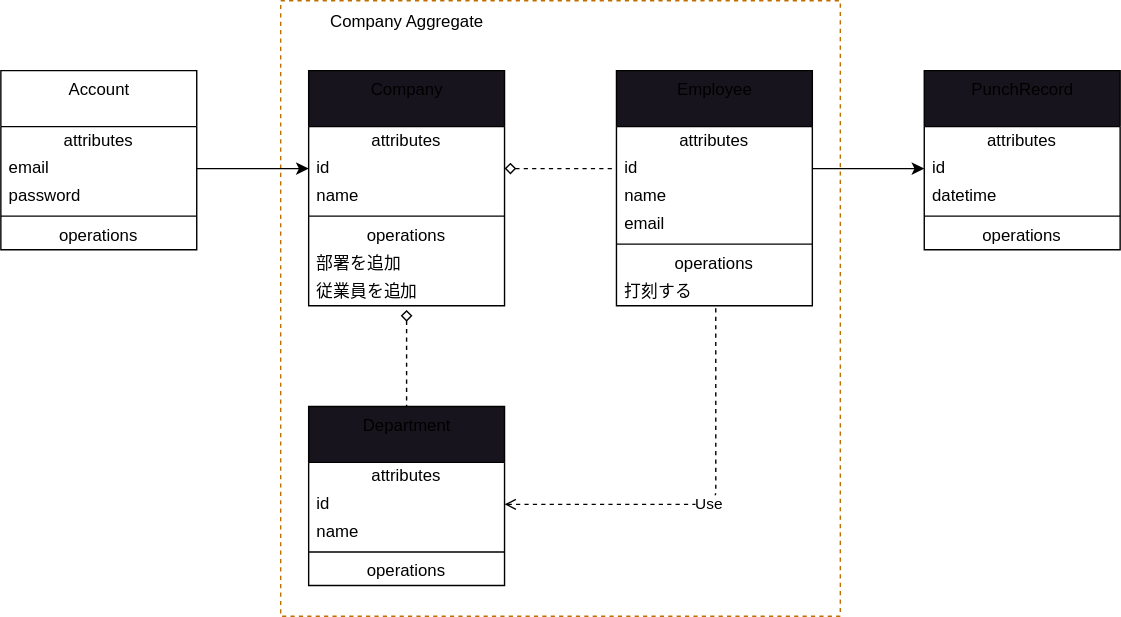
kumagai-s/flow-ddd keeps this draw.io diagram as uml.drawio.svg. Above is the earlier version. Source tidied: cells renumbered, new cells last; positions are measured from the earlier drawing's top-left corner, leaving out a move shared by most shapes. Source of this version:
```xml
<mxGraphModel>
  <root>
    <mxCell id="0" />
    <mxCell id="1" parent="0" />
    <mxCell id="2" style="rounded=0;whiteSpace=wrap;html=1;fillColor=none;dashed=1;fontColor=#000000;strokeColor=#BD7000;" parent="1" vertex="1">
      <mxGeometry x="200" width="400" height="440" as="geometry" />
    </mxCell>
    <mxCell id="3" style="edgeStyle=none;html=1;endArrow=none;endFill=0;startArrow=diamond;startFill=0;exitX=1;exitY=0.5;exitDx=0;exitDy=0;entryX=0;entryY=0.5;entryDx=0;entryDy=0;dashed=1;" parent="1" edge="1" source="7" target="15">
      <mxGeometry relative="1" as="geometry" />
    </mxCell>
    <mxCell id="4" style="edgeStyle=none;html=1;dashed=1;startArrow=diamond;startFill=0;endArrow=none;endFill=0;entryX=0.5;entryY=0;entryDx=0;entryDy=0;exitX=0.5;exitY=1.15;exitDx=0;exitDy=0;exitPerimeter=0;" parent="1" edge="1" source="12" target="27">
      <mxGeometry relative="1" as="geometry" />
    </mxCell>
    <mxCell id="5" value="Company" style="swimlane;fontStyle=0;align=center;verticalAlign=top;horizontal=1;startSize=40;html=1;fillColor=rgb(24, 20, 29);" parent="1" vertex="1">
      <mxGeometry x="220" y="50" width="140" height="168" as="geometry" />
    </mxCell>
    <mxCell id="6" value="attributes" style="text;html=1;strokeColor=none;fillColor=none;align=center;verticalAlign=middle;spacingLeft=4;spacingRight=4;overflow=hidden;" parent="5" vertex="1">
      <mxGeometry y="40" width="140" height="20" as="geometry" />
    </mxCell>
    <mxCell id="7" value="id" style="text;html=1;strokeColor=none;fillColor=none;align=left;verticalAlign=middle;spacingLeft=4;spacingRight=4;overflow=hidden;points=[[0,0.5],[1,0.5]];portConstraint=eastwest;" parent="5" vertex="1">
      <mxGeometry y="60" width="140" height="20" as="geometry" />
    </mxCell>
    <mxCell id="8" value="name" style="text;html=1;strokeColor=none;fillColor=none;align=left;verticalAlign=middle;spacingLeft=4;spacingRight=4;overflow=hidden;" parent="5" vertex="1">
      <mxGeometry y="80" width="140" height="20" as="geometry" />
    </mxCell>
    <mxCell id="9" style="line;strokeWidth=1;fillColor=none;align=left;verticalAlign=middle;spacingTop=-1;spacingLeft=3;spacingRight=3;labelPosition=right;" parent="5" vertex="1">
      <mxGeometry y="100" width="140" height="8" as="geometry" />
    </mxCell>
    <mxCell id="10" value="operations" style="text;html=1;strokeColor=none;fillColor=none;align=center;verticalAlign=middle;spacingLeft=4;spacingRight=4;overflow=hidden;" parent="5" vertex="1">
      <mxGeometry y="108" width="140" height="20" as="geometry" />
    </mxCell>
    <mxCell id="11" value="部署を追加" style="text;html=1;strokeColor=none;fillColor=none;align=left;verticalAlign=middle;spacingLeft=4;spacingRight=4;overflow=hidden;" parent="5" vertex="1">
      <mxGeometry y="128" width="140" height="20" as="geometry" />
    </mxCell>
    <mxCell id="12" value="従業員を追加" style="text;html=1;strokeColor=none;fillColor=none;align=left;verticalAlign=middle;spacingLeft=4;spacingRight=4;overflow=hidden;points=[[0,0.5],[1,0.5]];portConstraint=eastwest;" parent="5" vertex="1">
      <mxGeometry y="148" width="140" height="20" as="geometry" />
    </mxCell>
    <mxCell id="13" value="Employee" style="swimlane;fontStyle=0;align=center;verticalAlign=top;horizontal=1;startSize=40;html=1;fillColor=rgb(24, 20, 29);" parent="1" vertex="1">
      <mxGeometry x="440" y="50" width="140" height="168" as="geometry" />
    </mxCell>
    <mxCell id="14" value="attributes" style="text;html=1;strokeColor=none;fillColor=none;align=center;verticalAlign=middle;spacingLeft=4;spacingRight=4;overflow=hidden;" parent="13" vertex="1">
      <mxGeometry y="40" width="140" height="20" as="geometry" />
    </mxCell>
    <mxCell id="15" value="id" style="text;html=1;strokeColor=none;fillColor=none;align=left;verticalAlign=middle;spacingLeft=4;spacingRight=4;overflow=hidden;points=[[0,0.5],[1,0.5]];portConstraint=eastwest;" parent="13" vertex="1">
      <mxGeometry y="60" width="140" height="20" as="geometry" />
    </mxCell>
    <mxCell id="16" value="name" style="text;html=1;strokeColor=none;fillColor=none;align=left;verticalAlign=middle;spacingLeft=4;spacingRight=4;overflow=hidden;" parent="13" vertex="1">
      <mxGeometry y="80" width="140" height="20" as="geometry" />
    </mxCell>
    <mxCell id="17" value="email" style="text;html=1;strokeColor=none;fillColor=none;align=left;verticalAlign=middle;spacingLeft=4;spacingRight=4;overflow=hidden;" parent="13" vertex="1">
      <mxGeometry y="100" width="140" height="20" as="geometry" />
    </mxCell>
    <mxCell id="18" style="line;strokeWidth=1;fillColor=none;align=left;verticalAlign=middle;spacingTop=-1;spacingLeft=3;spacingRight=3;labelPosition=right;" parent="13" vertex="1">
      <mxGeometry y="120" width="140" height="8" as="geometry" />
    </mxCell>
    <mxCell id="19" value="operations" style="text;html=1;strokeColor=none;fillColor=none;align=center;verticalAlign=middle;spacingLeft=4;spacingRight=4;overflow=hidden;" parent="13" vertex="1">
      <mxGeometry y="128" width="140" height="20" as="geometry" />
    </mxCell>
    <mxCell id="20" value="打刻する" style="text;html=1;strokeColor=none;fillColor=none;align=left;verticalAlign=middle;spacingLeft=4;spacingRight=4;overflow=hidden;points=[[0,0.5],[1,0.5]];portConstraint=eastwest;" parent="13" vertex="1">
      <mxGeometry y="148" width="140" height="20" as="geometry" />
    </mxCell>
    <mxCell id="21" value="PunchRecord" style="swimlane;fontStyle=0;align=center;verticalAlign=top;horizontal=1;startSize=40;html=1;fillColor=rgb(24, 20, 29);" parent="1" vertex="1">
      <mxGeometry x="660" y="50" width="140" height="128" as="geometry" />
    </mxCell>
    <mxCell id="22" value="attributes" style="text;html=1;strokeColor=none;fillColor=none;align=center;verticalAlign=middle;spacingLeft=4;spacingRight=4;overflow=hidden;" parent="21" vertex="1">
      <mxGeometry y="40" width="140" height="20" as="geometry" />
    </mxCell>
    <mxCell id="23" value="id" style="text;html=1;strokeColor=none;fillColor=none;align=left;verticalAlign=middle;spacingLeft=4;spacingRight=4;overflow=hidden;points=[[0,0.5],[1,0.5]];portConstraint=eastwest;" parent="21" vertex="1">
      <mxGeometry y="60" width="140" height="20" as="geometry" />
    </mxCell>
    <mxCell id="24" value="datetime" style="text;html=1;strokeColor=none;fillColor=none;align=left;verticalAlign=middle;spacingLeft=4;spacingRight=4;overflow=hidden;" parent="21" vertex="1">
      <mxGeometry y="80" width="140" height="20" as="geometry" />
    </mxCell>
    <mxCell id="25" style="line;strokeWidth=1;fillColor=none;align=left;verticalAlign=middle;spacingTop=-1;spacingLeft=3;spacingRight=3;labelPosition=right;" parent="21" vertex="1">
      <mxGeometry y="100" width="140" height="8" as="geometry" />
    </mxCell>
    <mxCell id="26" value="operations" style="text;html=1;strokeColor=none;fillColor=none;align=center;verticalAlign=middle;spacingLeft=4;spacingRight=4;overflow=hidden;" parent="21" vertex="1">
      <mxGeometry y="108" width="140" height="20" as="geometry" />
    </mxCell>
    <mxCell id="27" value="Department" style="swimlane;fontStyle=0;align=center;verticalAlign=top;horizontal=1;startSize=40;html=1;fillColor=rgb(24, 20, 29);" parent="1" vertex="1">
      <mxGeometry x="220" y="290" width="140" height="128" as="geometry" />
    </mxCell>
    <mxCell id="28" value="attributes" style="text;html=1;strokeColor=none;fillColor=none;align=center;verticalAlign=middle;spacingLeft=4;spacingRight=4;overflow=hidden;" parent="27" vertex="1">
      <mxGeometry y="40" width="140" height="20" as="geometry" />
    </mxCell>
    <mxCell id="29" value="id" style="text;html=1;strokeColor=none;fillColor=none;align=left;verticalAlign=middle;spacingLeft=4;spacingRight=4;overflow=hidden;points=[[0,0.5],[1,0.5]];portConstraint=eastwest;" parent="27" vertex="1">
      <mxGeometry y="60" width="140" height="20" as="geometry" />
    </mxCell>
    <mxCell id="30" value="name" style="text;html=1;strokeColor=none;fillColor=none;align=left;verticalAlign=middle;spacingLeft=4;spacingRight=4;overflow=hidden;" parent="27" vertex="1">
      <mxGeometry y="80" width="140" height="20" as="geometry" />
    </mxCell>
    <mxCell id="31" style="line;strokeWidth=1;fillColor=none;align=left;verticalAlign=middle;spacingTop=-1;spacingLeft=3;spacingRight=3;labelPosition=right;" parent="27" vertex="1">
      <mxGeometry y="100" width="140" height="8" as="geometry" />
    </mxCell>
    <mxCell id="32" value="operations" style="text;html=1;strokeColor=none;fillColor=none;align=center;verticalAlign=middle;spacingLeft=4;spacingRight=4;overflow=hidden;" parent="27" vertex="1">
      <mxGeometry y="108" width="140" height="20" as="geometry" />
    </mxCell>
    <mxCell id="33" value="Account" style="swimlane;fontStyle=0;align=center;verticalAlign=top;horizontal=1;startSize=40;html=1;" parent="1" vertex="1">
      <mxGeometry y="50" width="140" height="128" as="geometry" />
    </mxCell>
    <mxCell id="34" value="attributes" style="text;html=1;strokeColor=none;fillColor=none;align=center;verticalAlign=middle;spacingLeft=4;spacingRight=4;overflow=hidden;" parent="33" vertex="1">
      <mxGeometry y="40" width="140" height="20" as="geometry" />
    </mxCell>
    <mxCell id="35" value="email" style="text;html=1;strokeColor=none;fillColor=none;align=left;verticalAlign=middle;spacingLeft=4;spacingRight=4;overflow=hidden;points=[[0,0.5],[1,0.5]];portConstraint=eastwest;" parent="33" vertex="1">
      <mxGeometry y="60" width="140" height="20" as="geometry" />
    </mxCell>
    <mxCell id="36" value="password" style="text;html=1;strokeColor=none;fillColor=none;align=left;verticalAlign=middle;spacingLeft=4;spacingRight=4;overflow=hidden;" parent="33" vertex="1">
      <mxGeometry y="80" width="140" height="20" as="geometry" />
    </mxCell>
    <mxCell id="37" style="line;strokeWidth=1;fillColor=none;align=left;verticalAlign=middle;spacingTop=-1;spacingLeft=3;spacingRight=3;labelPosition=right;" parent="33" vertex="1">
      <mxGeometry y="100" width="140" height="8" as="geometry" />
    </mxCell>
    <mxCell id="38" value="operations" style="text;html=1;strokeColor=none;fillColor=none;align=center;verticalAlign=middle;spacingLeft=4;spacingRight=4;overflow=hidden;" parent="33" vertex="1">
      <mxGeometry y="108" width="140" height="20" as="geometry" />
    </mxCell>
    <mxCell id="39" value="Use" style="endArrow=none;endSize=12;dashed=1;html=1;startArrow=open;startFill=0;endFill=0;entryX=0.507;entryY=1.05;entryDx=0;entryDy=0;exitX=1;exitY=0.5;exitDx=0;exitDy=0;entryPerimeter=0;" parent="1" edge="1" source="29" target="20">
      <mxGeometry relative="1" as="geometry">
        <Array as="points">
          <mxPoint x="511" y="360" />
        </Array>
      </mxGeometry>
    </mxCell>
    <mxCell id="40" value="Company Aggregate" style="text;html=1;align=center;verticalAlign=middle;strokeColor=none;fillColor=none;" parent="1" vertex="1">
      <mxGeometry x="225" width="130" height="30" as="geometry" />
    </mxCell>
    <mxCell id="41" style="edgeStyle=none;html=1;exitX=1;exitY=0.5;exitDx=0;exitDy=0;entryX=0;entryY=0.5;entryDx=0;entryDy=0;" parent="1" edge="1" source="15" target="23">
      <mxGeometry relative="1" as="geometry" />
    </mxCell>
    <mxCell id="42" style="edgeStyle=none;html=1;exitX=1;exitY=0.5;exitDx=0;exitDy=0;entryX=0;entryY=0.5;entryDx=0;entryDy=0;" parent="1" edge="1" source="35" target="7">
      <mxGeometry relative="1" as="geometry" />
    </mxCell>
  </root>
</mxGraphModel>
```
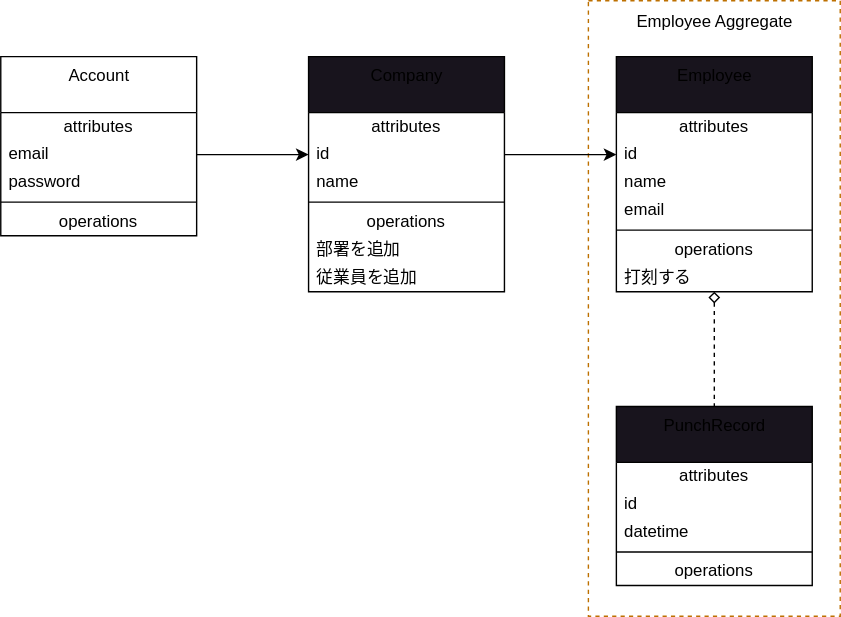
After the change.

Change to the diagram source:
```diff
@@ -3,14 +3,11 @@
     <mxCell id="0" />
     <mxCell id="1" parent="0" />
     <mxCell id="2" style="rounded=0;whiteSpace=wrap;html=1;fillColor=none;dashed=1;fontColor=#000000;strokeColor=#BD7000;" parent="1" vertex="1">
-      <mxGeometry x="200" width="400" height="440" as="geometry" />
+      <mxGeometry x="420" y="10" width="180" height="440" as="geometry" />
     </mxCell>
-    <mxCell id="3" style="edgeStyle=none;html=1;endArrow=none;endFill=0;startArrow=diamond;startFill=0;exitX=1;exitY=0.5;exitDx=0;exitDy=0;entryX=0;entryY=0.5;entryDx=0;entryDy=0;dashed=1;" parent="1" edge="1" source="7" target="15">
+    <mxCell id="3" style="edgeStyle=none;html=1;endArrow=classic;endFill=1;startArrow=none;startFill=0;exitX=1;exitY=0.5;exitDx=0;exitDy=0;entryX=0;entryY=0.5;entryDx=0;entryDy=0;" parent="1" edge="1" source="7" target="15">
       <mxGeometry relative="1" as="geometry" />
     </mxCell>
-    <mxCell id="4" style="edgeStyle=none;html=1;dashed=1;startArrow=diamond;startFill=0;endArrow=none;endFill=0;entryX=0.5;entryY=0;entryDx=0;entryDy=0;exitX=0.5;exitY=1.15;exitDx=0;exitDy=0;exitPerimeter=0;" parent="1" edge="1" source="12" target="27">
-      <mxGeometry relative="1" as="geometry" />
-    </mxCell>
     <mxCell id="5" value="Company" style="swimlane;fontStyle=0;align=center;verticalAlign=top;horizontal=1;startSize=40;html=1;fillColor=rgb(24, 20, 29);" parent="1" vertex="1">
       <mxGeometry x="220" y="50" width="140" height="168" as="geometry" />
     </mxCell>
@@ -35,6 +32,9 @@
     <mxCell id="12" value="従業員を追加" style="text;html=1;strokeColor=none;fillColor=none;align=left;verticalAlign=middle;spacingLeft=4;spacingRight=4;overflow=hidden;points=[[0,0.5],[1,0.5]];portConstraint=eastwest;" parent="5" vertex="1">
       <mxGeometry y="148" width="140" height="20" as="geometry" />
     </mxCell>
+    <mxCell id="43" style="edgeStyle=none;html=1;entryX=0.5;entryY=0;entryDx=0;entryDy=0;dashed=1;endArrow=none;endFill=0;startArrow=diamond;startFill=0;" parent="1" edge="1" source="13" target="21">
+      <mxGeometry relative="1" as="geometry" />
+    </mxCell>
     <mxCell id="13" value="Employee" style="swimlane;fontStyle=0;align=center;verticalAlign=top;horizontal=1;startSize=40;html=1;fillColor=rgb(24, 20, 29);" parent="1" vertex="1">
       <mxGeometry x="440" y="50" width="140" height="168" as="geometry" />
     </mxCell>
@@ -60,7 +60,7 @@
       <mxGeometry y="148" width="140" height="20" as="geometry" />
     </mxCell>
     <mxCell id="21" value="PunchRecord" style="swimlane;fontStyle=0;align=center;verticalAlign=top;horizontal=1;startSize=40;html=1;fillColor=rgb(24, 20, 29);" parent="1" vertex="1">
-      <mxGeometry x="660" y="50" width="140" height="128" as="geometry" />
+      <mxGeometry x="440" y="300" width="140" height="128" as="geometry" />
     </mxCell>
     <mxCell id="22" value="attributes" style="text;html=1;strokeColor=none;fillColor=none;align=center;verticalAlign=middle;spacingLeft=4;spacingRight=4;overflow=hidden;" parent="21" vertex="1">
       <mxGeometry y="40" width="140" height="20" as="geometry" />
@@ -77,24 +77,6 @@
     <mxCell id="26" value="operations" style="text;html=1;strokeColor=none;fillColor=none;align=center;verticalAlign=middle;spacingLeft=4;spacingRight=4;overflow=hidden;" parent="21" vertex="1">
       <mxGeometry y="108" width="140" height="20" as="geometry" />
     </mxCell>
-    <mxCell id="27" value="Department" style="swimlane;fontStyle=0;align=center;verticalAlign=top;horizontal=1;startSize=40;html=1;fillColor=rgb(24, 20, 29);" parent="1" vertex="1">
-      <mxGeometry x="220" y="290" width="140" height="128" as="geometry" />
-    </mxCell>
-    <mxCell id="28" value="attributes" style="text;html=1;strokeColor=none;fillColor=none;align=center;verticalAlign=middle;spacingLeft=4;spacingRight=4;overflow=hidden;" parent="27" vertex="1">
-      <mxGeometry y="40" width="140" height="20" as="geometry" />
-    </mxCell>
-    <mxCell id="29" value="id" style="text;html=1;strokeColor=none;fillColor=none;align=left;verticalAlign=middle;spacingLeft=4;spacingRight=4;overflow=hidden;points=[[0,0.5],[1,0.5]];portConstraint=eastwest;" parent="27" vertex="1">
-      <mxGeometry y="60" width="140" height="20" as="geometry" />
-    </mxCell>
-    <mxCell id="30" value="name" style="text;html=1;strokeColor=none;fillColor=none;align=left;verticalAlign=middle;spacingLeft=4;spacingRight=4;overflow=hidden;" parent="27" vertex="1">
-      <mxGeometry y="80" width="140" height="20" as="geometry" />
-    </mxCell>
-    <mxCell id="31" style="line;strokeWidth=1;fillColor=none;align=left;verticalAlign=middle;spacingTop=-1;spacingLeft=3;spacingRight=3;labelPosition=right;" parent="27" vertex="1">
-      <mxGeometry y="100" width="140" height="8" as="geometry" />
-    </mxCell>
-    <mxCell id="32" value="operations" style="text;html=1;strokeColor=none;fillColor=none;align=center;verticalAlign=middle;spacingLeft=4;spacingRight=4;overflow=hidden;" parent="27" vertex="1">
-      <mxGeometry y="108" width="140" height="20" as="geometry" />
-    </mxCell>
     <mxCell id="33" value="Account" style="swimlane;fontStyle=0;align=center;verticalAlign=top;horizontal=1;startSize=40;html=1;" parent="1" vertex="1">
       <mxGeometry y="50" width="140" height="128" as="geometry" />
     </mxCell>
@@ -113,19 +95,9 @@
     <mxCell id="38" value="operations" style="text;html=1;strokeColor=none;fillColor=none;align=center;verticalAlign=middle;spacingLeft=4;spacingRight=4;overflow=hidden;" parent="33" vertex="1">
       <mxGeometry y="108" width="140" height="20" as="geometry" />
     </mxCell>
-    <mxCell id="39" value="Use" style="endArrow=none;endSize=12;dashed=1;html=1;startArrow=open;startFill=0;endFill=0;entryX=0.507;entryY=1.05;entryDx=0;entryDy=0;exitX=1;exitY=0.5;exitDx=0;exitDy=0;entryPerimeter=0;" parent="1" edge="1" source="29" target="20">
-      <mxGeometry relative="1" as="geometry">
-        <Array as="points">
-          <mxPoint x="511" y="360" />
-        </Array>
-      </mxGeometry>
-    </mxCell>
-    <mxCell id="40" value="Company Aggregate" style="text;html=1;align=center;verticalAlign=middle;strokeColor=none;fillColor=none;" parent="1" vertex="1">
-      <mxGeometry x="225" width="130" height="30" as="geometry" />
+    <mxCell id="40" value="Employee Aggregate" style="text;html=1;align=center;verticalAlign=middle;strokeColor=none;fillColor=none;" parent="1" vertex="1">
+      <mxGeometry x="445" y="10" width="130" height="30" as="geometry" />
     </mxCell>
-    <mxCell id="41" style="edgeStyle=none;html=1;exitX=1;exitY=0.5;exitDx=0;exitDy=0;entryX=0;entryY=0.5;entryDx=0;entryDy=0;" parent="1" edge="1" source="15" target="23">
-      <mxGeometry relative="1" as="geometry" />
-    </mxCell>
     <mxCell id="42" style="edgeStyle=none;html=1;exitX=1;exitY=0.5;exitDx=0;exitDy=0;entryX=0;entryY=0.5;entryDx=0;entryDy=0;" parent="1" edge="1" source="35" target="7">
       <mxGeometry relative="1" as="geometry" />
     </mxCell>
```
